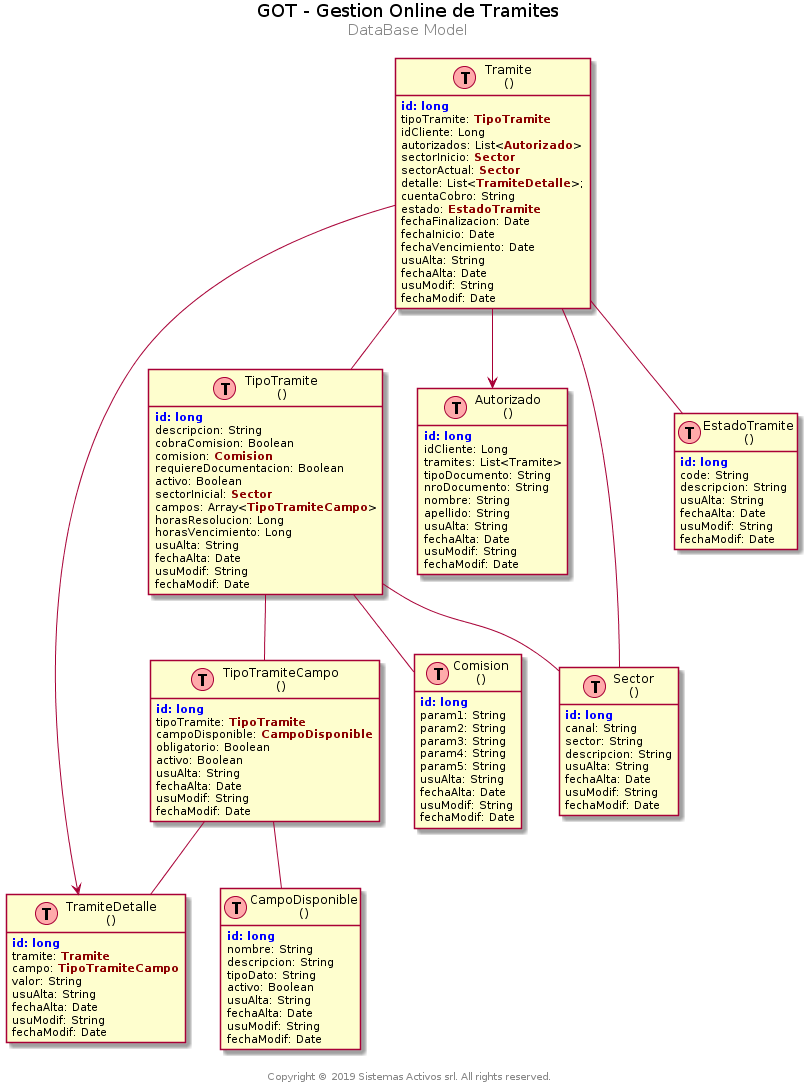
jmuseri/got keeps this PlantUML diagram as docs/diagrams/database/der.png. Above is the earlier version.
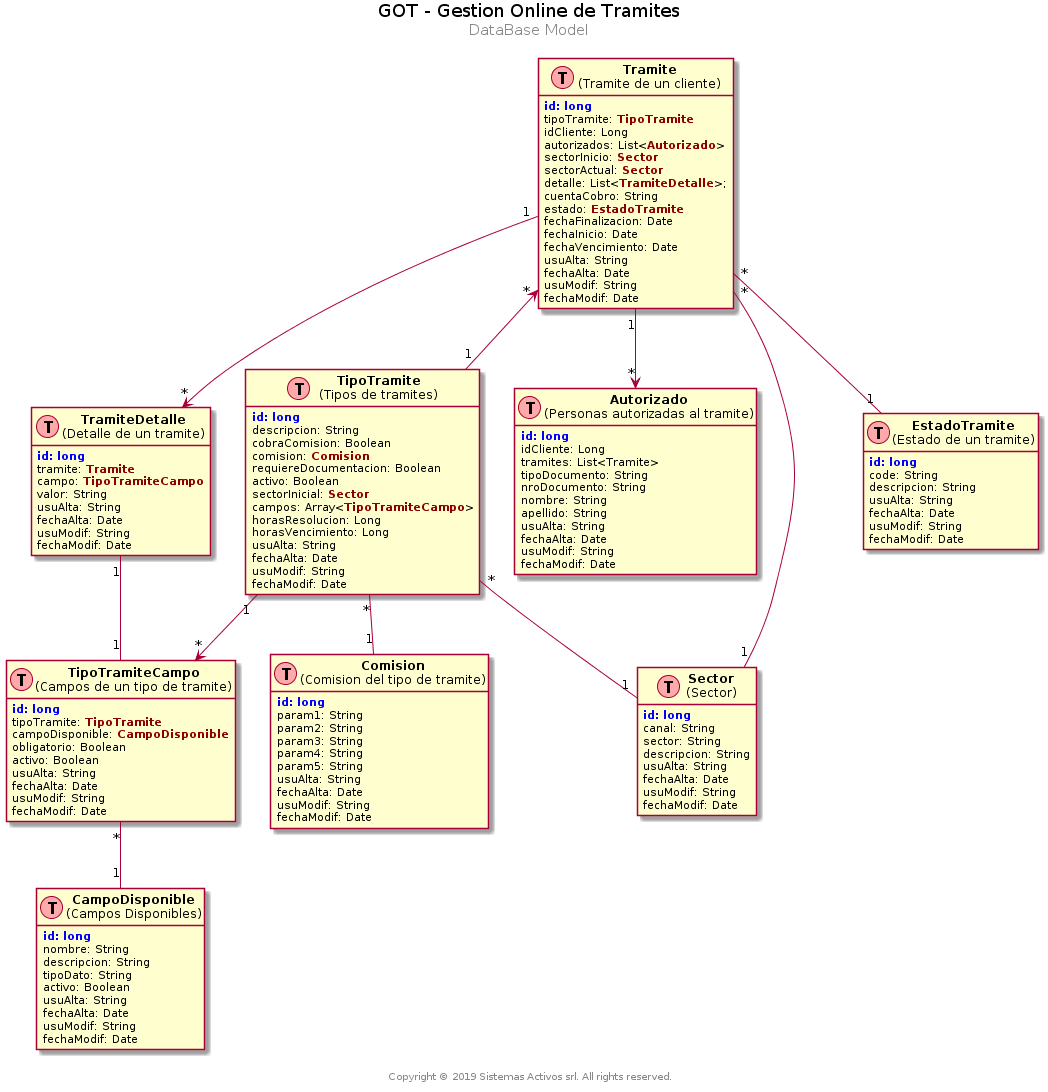
After the change.

What changed in the source:
```diff
@@ -20,7 +20,7 @@
 
 
 
-class Tramite as "Tramite\n()" << (T,#FFAAAA) >> {
+class Tramite as "<b>Tramite</b>\n(Tramite de un cliente)" << (T,#FFAAAA) >> {
 <b><color:blue>id:</color></b> <b><color:blue>long</color></b>
 tipoTramite: <b><color:darkred>TipoTramite</color></b>
 idCliente: Long
@@ -39,7 +39,7 @@
 fechaModif: Date
 }
 
-class TramiteDetalle as "TramiteDetalle\n()" << (T,#FFAAAA) >> {
+class TramiteDetalle as "<b>TramiteDetalle</b>\n(Detalle de un tramite)" << (T,#FFAAAA) >> {
 <b><color:blue>id:</color></b> <b><color:blue>long</color></b>
 tramite: <b><color:darkred>Tramite</color></b>
 campo: <b><color:darkred>TipoTramiteCampo</color></b>
@@ -50,7 +50,7 @@
 fechaModif: Date
 }
 
-class TipoTramite as "TipoTramite\n()" << (T,#FFAAAA) >> {
+class TipoTramite as "<b>TipoTramite</b>\n(Tipos de tramites)" << (T,#FFAAAA) >> {
 <b><color:blue>id:</color></b> <b><color:blue>long</color></b>
 descripcion: String
 cobraComision: Boolean
@@ -67,7 +67,7 @@
 fechaModif: Date
 }
 
-class TipoTramiteCampo as "TipoTramiteCampo\n()" << (T,#FFAAAA) >> {
+class TipoTramiteCampo as "<b>TipoTramiteCampo</b>\n(Campos de un tipo de tramite)" << (T,#FFAAAA) >> {
 <b><color:blue>id:</color></b> <b><color:blue>long</color></b>
 tipoTramite: <b><color:darkred>TipoTramite</color></b>
 campoDisponible: <b><color:darkred>CampoDisponible</color></b>
@@ -79,7 +79,7 @@
 fechaModif: Date
 }
 
-class CampoDisponible as "CampoDisponible\n()" << (T,#FFAAAA) >> {
+class CampoDisponible as "<b>CampoDisponible</b>\n(Campos Disponibles)" << (T,#FFAAAA) >> {
 <b><color:blue>id:</color></b> <b><color:blue>long</color></b>
 nombre: String
 descripcion: String
@@ -91,7 +91,7 @@
 fechaModif: Date
 }
 
-class Autorizado as "Autorizado\n()" << (T,#FFAAAA) >> {
+class Autorizado as "<b>Autorizado</b>\n(Personas autorizadas al tramite)" << (T,#FFAAAA) >> {
 <b><color:blue>id:</color></b> <b><color:blue>long</color></b>
 idCliente: Long
 tramites: List<Tramite>
@@ -105,7 +105,7 @@
 fechaModif: Date
 }
 
-class Sector as "Sector\n()" << (T,#FFAAAA) >> {
+class Sector as "<b>Sector</b>\n(Sector)" << (T,#FFAAAA) >> {
 <b><color:blue>id:</color></b> <b><color:blue>long</color></b>
 canal: String
 sector: String
@@ -116,7 +116,7 @@
 fechaModif: Date
 }
 
-class Comision as "Comision\n()" << (T,#FFAAAA) >> {
+class Comision as "<b>Comision</b>\n(Comision del tipo de tramite)" << (T,#FFAAAA) >> {
 <b><color:blue>id:</color></b> <b><color:blue>long</color></b>
 param1: String
 param2: String
@@ -129,7 +129,7 @@
 fechaModif: Date
 }
 
-class EstadoTramite as "EstadoTramite\n()" << (T,#FFAAAA) >> {
+class EstadoTramite as "<b>EstadoTramite</b>\n(Estado de un tramite)" << (T,#FFAAAA) >> {
 <b><color:blue>id:</color></b> <b><color:blue>long</color></b>
 code: String
 descripcion: String
@@ -140,18 +140,20 @@
 }
 
 
-Tramite -- TipoTramite
-Tramite -- Sector
-Tramite -- EstadoTramite
-Tramite --> Autorizado
-Tramite --> TramiteDetalle
+Tramite "*" <-- "1" TipoTramite
+Tramite "*" -- "1" Sector
+Tramite "*" -- "1" EstadoTramite
+Tramite "1" --> "*" Autorizado
+Tramite "1" --> "*" TramiteDetalle
 
-TipoTramite -- Comision
-TipoTramite -- Sector
-TipoTramite -- TipoTramiteCampo
+TipoTramite "*" -- "1" Comision
+TipoTramite "*" -- "1" Sector
+TipoTramite "1" --> "*" TipoTramiteCampo
 
-TipoTramiteCampo -- CampoDisponible
-TipoTramiteCampo -- TramiteDetalle
+TramiteDetalle "1" -- "1" TipoTramiteCampo
+
+TipoTramiteCampo "*" -- "1" CampoDisponible
+
 
 
 
```
